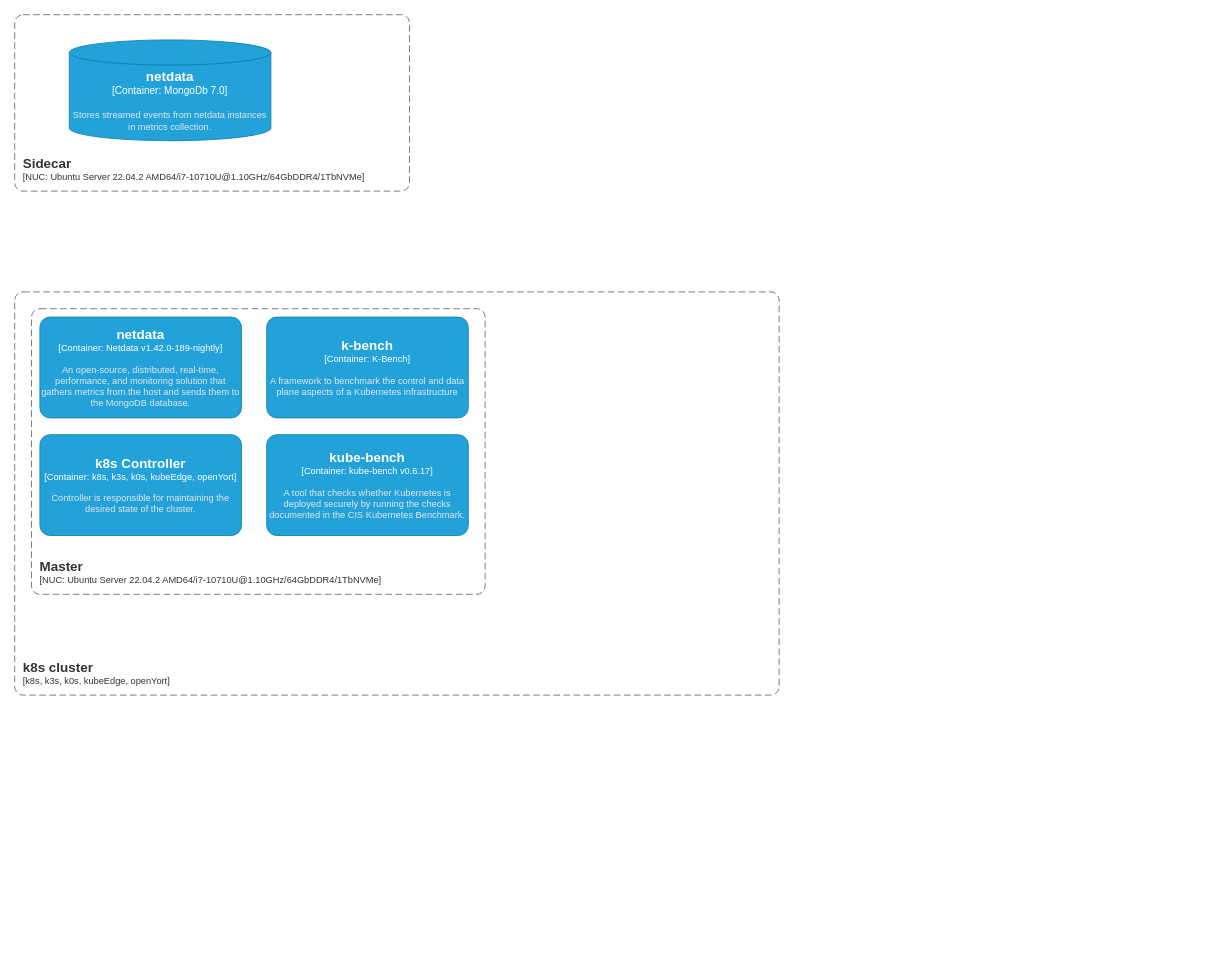
Before: src/diagrams/deployment_diagram.drawio in DiyazY/iot-edge, a draw.io diagram. Source tidied: cells renumbered, new cells numbered last; positions are measured from the earlier drawing's top-left corner, leaving out a move shared by most shapes. Both pictures are drawn from the tidied source at 84%, with x=0, y=0 at pixel (14, 14).
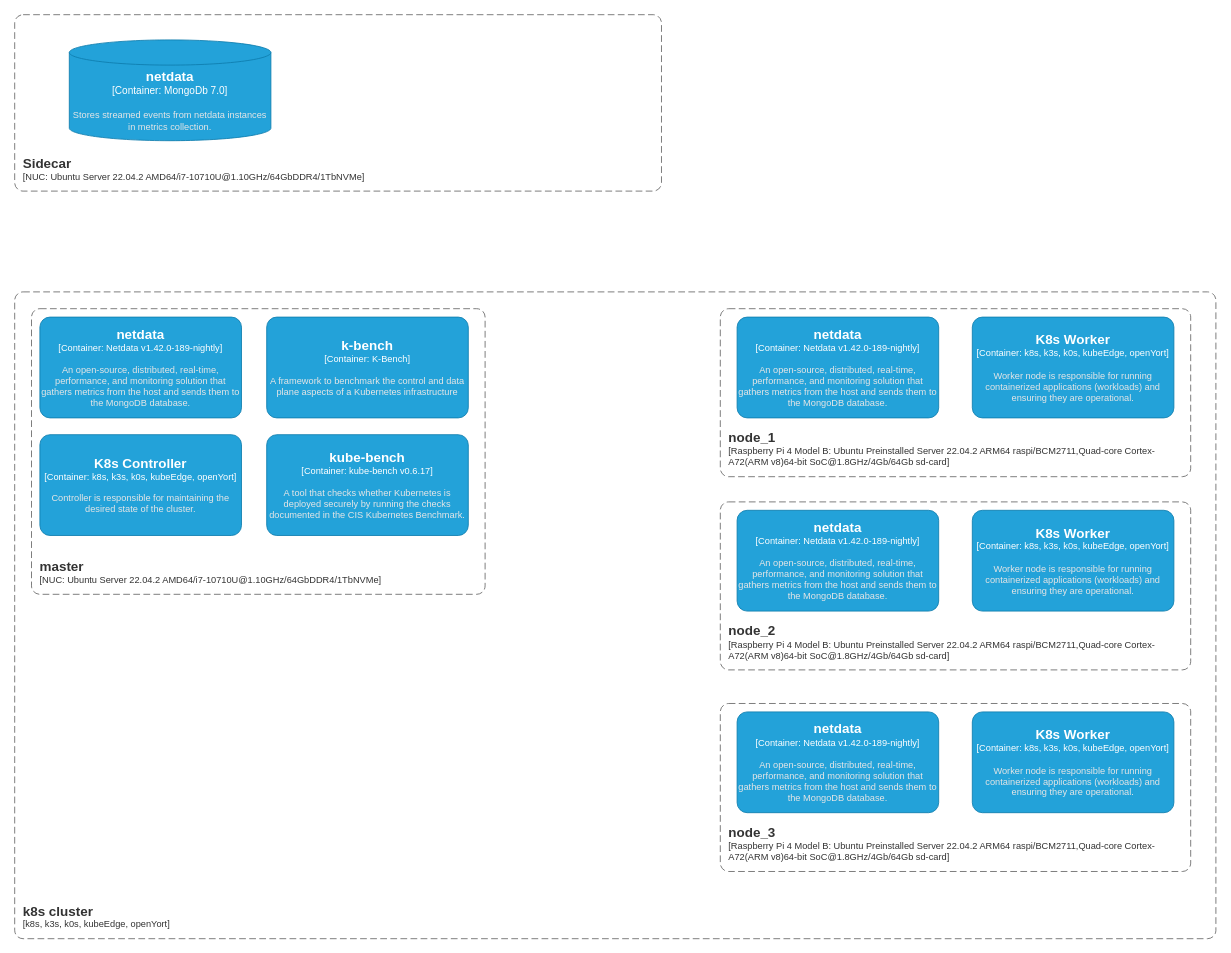
The same diagram, later.

Commit message:
added worker nodes

Change to the diagram source:
```diff
@@
     <object id="2" label="&lt;font style=&quot;font-size: 16px&quot;&gt;&lt;b&gt;&lt;div style=&quot;text-align: left&quot;&gt;%c4Name%&lt;/div&gt;&lt;/b&gt;&lt;/font&gt;&lt;div style=&quot;text-align: left&quot;&gt;[%c4Application%]&lt;/div&gt;" c4Application="k8s, k3s, k0s, kubeEdge, openYort" c4Name="k8s cluster" placeholders="1">
       <mxCell style="rounded=1;fontSize=11;whiteSpace=wrap;html=1;dashed=1;arcSize=20;fillColor=none;strokeColor=#666666;fontColor=#333333;labelBackgroundColor=none;align=left;verticalAlign=bottom;labelBorderColor=none;spacingTop=0;spacing=10;dashPattern=8 4;perimeter=rectanglePerimeter;noLabel=0;labelPadding=0;absoluteArcSize=1;" parent="1" vertex="1">
-        <mxGeometry y="330" width="910" height="480" as="geometry" />
+        <mxGeometry y="330" width="1430" height="770" as="geometry" />
       </mxCell>
     </object>
     <object id="3" label="&lt;font style=&quot;font-size: 16px&quot;&gt;&lt;b&gt;&lt;div style=&quot;text-align: left&quot;&gt;%c4Name%&lt;/div&gt;&lt;/b&gt;&lt;/font&gt;&lt;div style=&quot;text-align: left&quot;&gt;[%c4Application%]&lt;/div&gt;" c4Application="NUC: Ubuntu Server 22.04.2 AMD64/i7-10710U@1.10GHz/64GbDDR4/1TbNVMe" c4Name="Sidecar" placeholders="1">
       <mxCell style="rounded=1;fontSize=11;whiteSpace=wrap;html=1;dashed=1;arcSize=20;fillColor=none;strokeColor=#666666;fontColor=#333333;labelBackgroundColor=none;align=left;verticalAlign=bottom;labelBorderColor=none;spacingTop=0;spacing=10;dashPattern=8 4;perimeter=rectanglePerimeter;noLabel=0;labelPadding=0;absoluteArcSize=1;" parent="1" vertex="1">
-        <mxGeometry width="470" height="210" as="geometry" />
+        <mxGeometry width="770" height="210" as="geometry" />
       </mxCell>
     </object>
@@
-    <object id="5" label="&lt;font style=&quot;font-size: 16px&quot;&gt;&lt;b&gt;&lt;div style=&quot;text-align: left&quot;&gt;%c4Name%&lt;/div&gt;&lt;/b&gt;&lt;/font&gt;&lt;div style=&quot;text-align: left&quot;&gt;[%c4Application%]&lt;/div&gt;" c4Application="NUC: Ubuntu Server 22.04.2 AMD64/i7-10710U@1.10GHz/64GbDDR4/1TbNVMe" c4Name="Master" placeholders="1">
+    <object id="5" label="&lt;font style=&quot;font-size: 16px&quot;&gt;&lt;b&gt;&lt;div style=&quot;text-align: left&quot;&gt;%c4Name%&lt;/div&gt;&lt;/b&gt;&lt;/font&gt;&lt;div style=&quot;text-align: left&quot;&gt;[%c4Application%]&lt;/div&gt;" c4Application="NUC: Ubuntu Server 22.04.2 AMD64/i7-10710U@1.10GHz/64GbDDR4/1TbNVMe" c4Name="master" placeholders="1">
       <mxCell style="rounded=1;fontSize=11;whiteSpace=wrap;html=1;dashed=1;arcSize=20;fillColor=none;strokeColor=#666666;fontColor=#333333;labelBackgroundColor=none;align=left;verticalAlign=bottom;labelBorderColor=none;spacingTop=0;spacing=10;dashPattern=8 4;perimeter=rectanglePerimeter;noLabel=0;labelPadding=0;absoluteArcSize=1;" parent="1" vertex="1">
         <mxGeometry x="20" y="350" width="540" height="340" as="geometry" />
       </mxCell>
     </object>
@@
-    <object id="9" label="&lt;font style=&quot;font-size: 16px&quot;&gt;&lt;b&gt;%c4Name%&lt;/b&gt;&lt;/font&gt;&lt;div&gt;[%c4Type%: %c4Technology%]&lt;/div&gt;&lt;br&gt;&lt;div&gt;&lt;font style=&quot;font-size: 11px&quot;&gt;&lt;font color=&quot;#E6E6E6&quot;&gt;%c4Description%&lt;/font&gt;&lt;/div&gt;" c4Description="Controller is responsible for maintaining the desired state of the cluster." c4Name="k8s Controller" c4Technology="k8s, k3s, k0s, kubeEdge, openYort" c4Type="Container" placeholders="1">
+    <object id="9" label="&lt;font style=&quot;font-size: 16px&quot;&gt;&lt;b&gt;%c4Name%&lt;/b&gt;&lt;/font&gt;&lt;div&gt;[%c4Type%: %c4Technology%]&lt;/div&gt;&lt;br&gt;&lt;div&gt;&lt;font style=&quot;font-size: 11px&quot;&gt;&lt;font color=&quot;#E6E6E6&quot;&gt;%c4Description%&lt;/font&gt;&lt;/div&gt;" c4Description="Controller is responsible for maintaining the desired state of the cluster." c4Name="K8s Controller" c4Technology="k8s, k3s, k0s, kubeEdge, openYort" c4Type="Container" placeholders="1">
       <mxCell style="rounded=1;whiteSpace=wrap;html=1;fontSize=11;labelBackgroundColor=none;fillColor=#23A2D9;fontColor=#ffffff;align=center;arcSize=10;strokeColor=#0E7DAD;" parent="1" vertex="1">
         <mxGeometry x="30" y="500" width="240" height="120" as="geometry" />
       </mxCell>
     </object>
+    <mxCell id="10" style="group;" parent="1" vertex="1">
+      <mxGeometry x="840" y="350" width="560" height="200" as="geometry" />
+    </mxCell>
+    <object id="11" label="&lt;font style=&quot;font-size: 16px&quot;&gt;&lt;b&gt;&lt;div style=&quot;text-align: left&quot;&gt;%c4Name%&lt;/div&gt;&lt;/b&gt;&lt;/font&gt;&lt;div style=&quot;text-align: left&quot;&gt;[%c4Application%]&lt;/div&gt;" c4Application="Raspberry Pi 4 Model B: Ubuntu Preinstalled Server 22.04.2 ARM64 raspi/BCM2711,Quad-core Cortex-A72(ARM v8)64-bit SoC@1.8GHz/4Gb/64Gb sd-card" c4Name="node_1" placeholders="1">
+      <mxCell style="rounded=1;fontSize=11;whiteSpace=wrap;html=1;dashed=1;arcSize=20;fillColor=none;strokeColor=#666666;fontColor=#333333;labelBackgroundColor=none;align=left;verticalAlign=bottom;labelBorderColor=none;spacingTop=0;spacing=10;dashPattern=8 4;perimeter=rectanglePerimeter;noLabel=0;labelPadding=0;absoluteArcSize=1;" parent="10" vertex="1">
+        <mxGeometry width="560" height="200" as="geometry" />
+      </mxCell>
+    </object>
+    <object id="12" label="&lt;font style=&quot;font-size: 16px&quot;&gt;&lt;b&gt;%c4Name%&lt;/b&gt;&lt;/font&gt;&lt;div&gt;[%c4Type%: %c4Technology%]&lt;/div&gt;&lt;br&gt;&lt;div&gt;&lt;font style=&quot;font-size: 11px&quot;&gt;&lt;font color=&quot;#E6E6E6&quot;&gt;%c4Description%&lt;/font&gt;&lt;/div&gt;" c4Description="An open-source, distributed, real-time, performance, and monitoring solution that gathers metrics from the host and sends them to the MongoDB database." c4Name="netdata" c4Technology="Netdata v1.42.0-189-nightly" c4Type="Container" placeholders="1">
+      <mxCell style="rounded=1;whiteSpace=wrap;html=1;fontSize=11;labelBackgroundColor=none;fillColor=#23A2D9;fontColor=#ffffff;align=center;arcSize=10;strokeColor=#0E7DAD;" parent="10" vertex="1">
+        <mxGeometry x="20" y="10" width="240" height="120" as="geometry" />
+      </mxCell>
+    </object>
+    <object id="13" label="&lt;font style=&quot;font-size: 16px&quot;&gt;&lt;b&gt;%c4Name%&lt;/b&gt;&lt;/font&gt;&lt;div&gt;[%c4Type%: %c4Technology%]&lt;/div&gt;&lt;br&gt;&lt;div&gt;&lt;font style=&quot;font-size: 11px&quot;&gt;&lt;font color=&quot;#E6E6E6&quot;&gt;%c4Description%&lt;/font&gt;&lt;/div&gt;" c4Description="Worker node is responsible for running containerized applications (workloads) and ensuring they are operational." c4Name="K8s Worker" c4Technology="k8s, k3s, k0s, kubeEdge, openYort" c4Type="Container" placeholders="1">
+      <mxCell style="rounded=1;whiteSpace=wrap;html=1;fontSize=11;labelBackgroundColor=none;fillColor=#23A2D9;fontColor=#ffffff;align=center;arcSize=10;strokeColor=#0E7DAD;" parent="10" vertex="1">
+        <mxGeometry x="300" y="10" width="240" height="120" as="geometry" />
+      </mxCell>
+    </object>
+    <mxCell id="14" style="group;" parent="1" vertex="1">
+      <mxGeometry x="840" y="580" width="560" height="200" as="geometry" />
+    </mxCell>
+    <object id="15" label="&lt;font style=&quot;font-size: 16px&quot;&gt;&lt;b&gt;&lt;div style=&quot;text-align: left&quot;&gt;%c4Name%&lt;/div&gt;&lt;/b&gt;&lt;/font&gt;&lt;div style=&quot;text-align: left&quot;&gt;[%c4Application%]&lt;/div&gt;" c4Application="Raspberry Pi 4 Model B: Ubuntu Preinstalled Server 22.04.2 ARM64 raspi/BCM2711,Quad-core Cortex-A72(ARM v8)64-bit SoC@1.8GHz/4Gb/64Gb sd-card" c4Name="node_2" placeholders="1">
+      <mxCell style="rounded=1;fontSize=11;whiteSpace=wrap;html=1;dashed=1;arcSize=20;fillColor=none;strokeColor=#666666;fontColor=#333333;labelBackgroundColor=none;align=left;verticalAlign=bottom;labelBorderColor=none;spacingTop=0;spacing=10;dashPattern=8 4;perimeter=rectanglePerimeter;noLabel=0;labelPadding=0;absoluteArcSize=1;" parent="14" vertex="1">
+        <mxGeometry width="560" height="200" as="geometry" />
+      </mxCell>
+    </object>
+    <object id="16" label="&lt;font style=&quot;font-size: 16px&quot;&gt;&lt;b&gt;%c4Name%&lt;/b&gt;&lt;/font&gt;&lt;div&gt;[%c4Type%: %c4Technology%]&lt;/div&gt;&lt;br&gt;&lt;div&gt;&lt;font style=&quot;font-size: 11px&quot;&gt;&lt;font color=&quot;#E6E6E6&quot;&gt;%c4Description%&lt;/font&gt;&lt;/div&gt;" c4Description="An open-source, distributed, real-time, performance, and monitoring solution that gathers metrics from the host and sends them to the MongoDB database." c4Name="netdata" c4Technology="Netdata v1.42.0-189-nightly" c4Type="Container" placeholders="1">
+      <mxCell style="rounded=1;whiteSpace=wrap;html=1;fontSize=11;labelBackgroundColor=none;fillColor=#23A2D9;fontColor=#ffffff;align=center;arcSize=10;strokeColor=#0E7DAD;" parent="14" vertex="1">
+        <mxGeometry x="20" y="10" width="240" height="120" as="geometry" />
+      </mxCell>
+    </object>
+    <object id="17" label="&lt;font style=&quot;font-size: 16px&quot;&gt;&lt;b&gt;%c4Name%&lt;/b&gt;&lt;/font&gt;&lt;div&gt;[%c4Type%: %c4Technology%]&lt;/div&gt;&lt;br&gt;&lt;div&gt;&lt;font style=&quot;font-size: 11px&quot;&gt;&lt;font color=&quot;#E6E6E6&quot;&gt;%c4Description%&lt;/font&gt;&lt;/div&gt;" c4Description="Worker node is responsible for running containerized applications (workloads) and ensuring they are operational." c4Name="K8s Worker" c4Technology="k8s, k3s, k0s, kubeEdge, openYort" c4Type="Container" placeholders="1">
+      <mxCell style="rounded=1;whiteSpace=wrap;html=1;fontSize=11;labelBackgroundColor=none;fillColor=#23A2D9;fontColor=#ffffff;align=center;arcSize=10;strokeColor=#0E7DAD;" parent="14" vertex="1">
+        <mxGeometry x="300" y="10" width="240" height="120" as="geometry" />
+      </mxCell>
+    </object>
+    <mxCell id="18" style="group;" parent="1" vertex="1">
+      <mxGeometry x="840" y="820" width="560" height="200" as="geometry" />
+    </mxCell>
+    <object id="19" label="&lt;font style=&quot;font-size: 16px&quot;&gt;&lt;b&gt;&lt;div style=&quot;text-align: left&quot;&gt;%c4Name%&lt;/div&gt;&lt;/b&gt;&lt;/font&gt;&lt;div style=&quot;text-align: left&quot;&gt;[%c4Application%]&lt;/div&gt;" c4Application="Raspberry Pi 4 Model B: Ubuntu Preinstalled Server 22.04.2 ARM64 raspi/BCM2711,Quad-core Cortex-A72(ARM v8)64-bit SoC@1.8GHz/4Gb/64Gb sd-card" c4Name="node_3" placeholders="1">
+      <mxCell style="rounded=1;fontSize=11;whiteSpace=wrap;html=1;dashed=1;arcSize=20;fillColor=none;strokeColor=#666666;fontColor=#333333;labelBackgroundColor=none;align=left;verticalAlign=bottom;labelBorderColor=none;spacingTop=0;spacing=10;dashPattern=8 4;perimeter=rectanglePerimeter;noLabel=0;labelPadding=0;absoluteArcSize=1;" parent="18" vertex="1">
+        <mxGeometry width="560" height="200" as="geometry" />
+      </mxCell>
+    </object>
+    <object id="20" label="&lt;font style=&quot;font-size: 16px&quot;&gt;&lt;b&gt;%c4Name%&lt;/b&gt;&lt;/font&gt;&lt;div&gt;[%c4Type%: %c4Technology%]&lt;/div&gt;&lt;br&gt;&lt;div&gt;&lt;font style=&quot;font-size: 11px&quot;&gt;&lt;font color=&quot;#E6E6E6&quot;&gt;%c4Description%&lt;/font&gt;&lt;/div&gt;" c4Description="An open-source, distributed, real-time, performance, and monitoring solution that gathers metrics from the host and sends them to the MongoDB database." c4Name="netdata" c4Technology="Netdata v1.42.0-189-nightly" c4Type="Container" placeholders="1">
+      <mxCell style="rounded=1;whiteSpace=wrap;html=1;fontSize=11;labelBackgroundColor=none;fillColor=#23A2D9;fontColor=#ffffff;align=center;arcSize=10;strokeColor=#0E7DAD;" parent="18" vertex="1">
+        <mxGeometry x="20" y="10" width="240" height="120" as="geometry" />
+      </mxCell>
+    </object>
+    <object id="21" label="&lt;font style=&quot;font-size: 16px&quot;&gt;&lt;b&gt;%c4Name%&lt;/b&gt;&lt;/font&gt;&lt;div&gt;[%c4Type%: %c4Technology%]&lt;/div&gt;&lt;br&gt;&lt;div&gt;&lt;font style=&quot;font-size: 11px&quot;&gt;&lt;font color=&quot;#E6E6E6&quot;&gt;%c4Description%&lt;/font&gt;&lt;/div&gt;" c4Description="Worker node is responsible for running containerized applications (workloads) and ensuring they are operational." c4Name="K8s Worker" c4Technology="k8s, k3s, k0s, kubeEdge, openYort" c4Type="Container" placeholders="1">
+      <mxCell style="rounded=1;whiteSpace=wrap;html=1;fontSize=11;labelBackgroundColor=none;fillColor=#23A2D9;fontColor=#ffffff;align=center;arcSize=10;strokeColor=#0E7DAD;" parent="18" vertex="1">
+        <mxGeometry x="300" y="10" width="240" height="120" as="geometry" />
+      </mxCell>
+    </object>
```
